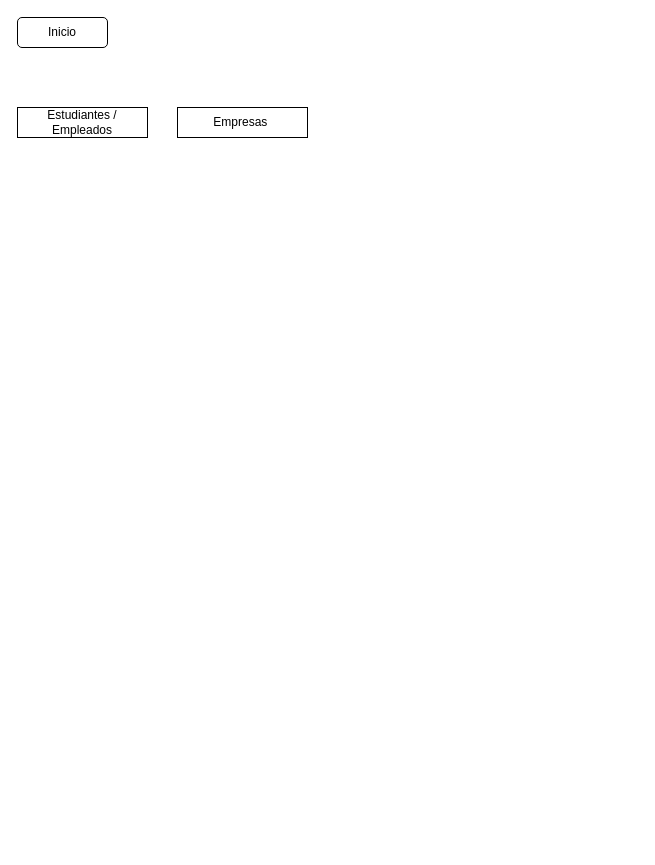
Earlier version of the draw.io diagram Diagrama de procesos.drawio (DavidTrujillo123/utn-movile-flow-char). Source tidied: cells renumbered, new cells numbered last; positions are measured from the earlier drawing's top-left corner, leaving out a move shared by most shapes. Both pictures are drawn from the tidied source at 100%, with x=0, y=0 at pixel (17, 17).
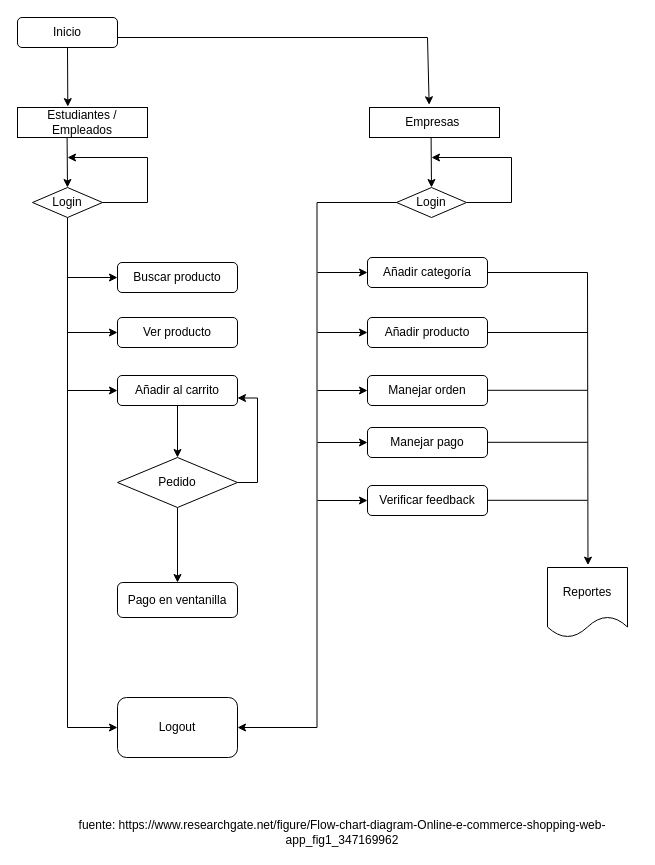
The same diagram, later.

The change refers to these unchanged cells:
```xml
<mxCell id="3" value="Estudiantes / Empleados" style="rounded=0;whiteSpace=wrap;html=1;" parent="1" vertex="1">
  <mxGeometry y="90" width="130" height="30" as="geometry" />
</mxCell>
```

Change to the diagram source:
```diff
@@
     <mxCell id="2" value="Inicio" style="rounded=1;whiteSpace=wrap;html=1;" parent="1" vertex="1">
-      <mxGeometry width="90" height="30" as="geometry" />
+      <mxGeometry width="100" height="30" as="geometry" />
     </mxCell>
@@
     <mxCell id="4" value="Empresas&amp;nbsp;" style="rounded=0;whiteSpace=wrap;html=1;" parent="1" vertex="1">
-      <mxGeometry x="160" y="90" width="130" height="30" as="geometry" />
+      <mxGeometry x="352" y="90" width="130" height="30" as="geometry" />
     </mxCell>
+    <mxCell id="5" style="endArrow=classic;html=1;rounded=0;exitX=0.5;exitY=1;exitDx=0;exitDy=0;entryX=0.387;entryY=-0.029;entryDx=0;entryDy=0;entryPerimeter=0;" parent="1" edge="1" source="2" target="3">
+      <mxGeometry relative="1" as="geometry" />
+    </mxCell>
+    <mxCell id="6" style="endArrow=classic;html=1;rounded=0;entryX=0.459;entryY=-0.09;entryDx=0;entryDy=0;entryPerimeter=0;" parent="1" edge="1" target="4">
+      <mxGeometry relative="1" as="geometry">
+        <mxPoint x="100" y="20" as="sourcePoint" />
+        <Array as="points">
+          <mxPoint x="410" y="20" />
+        </Array>
+      </mxGeometry>
+    </mxCell>
+    <mxCell id="7" style="edgeStyle=orthogonalEdgeStyle;rounded=0;jettySize=auto;html=1;exitX=0.5;exitY=1;exitDx=0;exitDy=0;entryX=0;entryY=0.5;entryDx=0;entryDy=0;" parent="1" edge="1" source="9" target="12">
+      <mxGeometry relative="1" as="geometry">
+        <Array as="points">
+          <mxPoint x="50" y="710" />
+        </Array>
+      </mxGeometry>
+    </mxCell>
+    <mxCell id="8" style="edgeStyle=orthogonalEdgeStyle;rounded=0;jettySize=auto;html=1;" parent="1" edge="1" source="9">
+      <mxGeometry relative="1" as="geometry">
+        <mxPoint x="50" y="140" as="targetPoint" />
+        <Array as="points">
+          <mxPoint x="130" y="185" />
+          <mxPoint x="130" y="140" />
+        </Array>
+      </mxGeometry>
+    </mxCell>
+    <mxCell id="9" value="Login" style="rhombus;whiteSpace=wrap;html=1;" parent="1" vertex="1">
+      <mxGeometry x="15" y="170" width="70" height="30" as="geometry" />
+    </mxCell>
+    <mxCell id="10" style="endArrow=classic;html=1;rounded=0;exitX=0.5;exitY=1;exitDx=0;exitDy=0;entryX=0.5;entryY=0;entryDx=0;entryDy=0;" parent="1" edge="1" target="9">
+      <mxGeometry relative="1" as="geometry">
+        <mxPoint x="49.6" y="120" as="sourcePoint" />
+      </mxGeometry>
+    </mxCell>
+    <mxCell id="11" value="Buscar producto" style="rounded=1;whiteSpace=wrap;html=1;" parent="1" vertex="1">
+      <mxGeometry x="100" y="245" width="120" height="30" as="geometry" />
+    </mxCell>
+    <mxCell id="12" value="Logout" style="rounded=1;whiteSpace=wrap;html=1;" parent="1" vertex="1">
+      <mxGeometry x="100" y="680" width="120" height="60" as="geometry" />
+    </mxCell>
+    <mxCell id="13" style="endArrow=classic;html=1;rounded=0;entryX=0;entryY=0.5;entryDx=0;entryDy=0;" parent="1" edge="1" target="11">
+      <mxGeometry relative="1" as="geometry">
+        <mxPoint x="50" y="260" as="sourcePoint" />
+      </mxGeometry>
+    </mxCell>
+    <mxCell id="14" value="Ver producto" style="rounded=1;whiteSpace=wrap;html=1;" parent="1" vertex="1">
+      <mxGeometry x="100" y="300" width="120" height="30" as="geometry" />
+    </mxCell>
+    <mxCell id="15" style="endArrow=classic;html=1;rounded=0;entryX=0;entryY=0.5;entryDx=0;entryDy=0;" parent="1" edge="1" target="14">
+      <mxGeometry relative="1" as="geometry">
+        <mxPoint x="50" y="315" as="sourcePoint" />
+      </mxGeometry>
+    </mxCell>
+    <mxCell id="16" style="edgeStyle=orthogonalEdgeStyle;rounded=0;jettySize=auto;html=1;entryX=0.5;entryY=0;entryDx=0;entryDy=0;" parent="1" edge="1" source="17" target="21">
+      <mxGeometry relative="1" as="geometry" />
+    </mxCell>
+    <mxCell id="17" value="Añadir al carrito" style="rounded=1;whiteSpace=wrap;html=1;" parent="1" vertex="1">
+      <mxGeometry x="100" y="358" width="120" height="30" as="geometry" />
+    </mxCell>
+    <mxCell id="18" style="endArrow=classic;html=1;rounded=0;entryX=0;entryY=0.5;entryDx=0;entryDy=0;" parent="1" edge="1" target="17">
+      <mxGeometry relative="1" as="geometry">
+        <mxPoint x="50" y="373" as="sourcePoint" />
+      </mxGeometry>
+    </mxCell>
+    <mxCell id="19" style="edgeStyle=orthogonalEdgeStyle;rounded=0;jettySize=auto;html=1;entryX=1;entryY=0.75;entryDx=0;entryDy=0;exitX=1;exitY=0.5;exitDx=0;exitDy=0;" parent="1" edge="1" source="21" target="17">
+      <mxGeometry relative="1" as="geometry" />
+    </mxCell>
+    <mxCell id="20" style="edgeStyle=orthogonalEdgeStyle;rounded=0;jettySize=auto;html=1;" parent="1" edge="1" source="21" target="22">
+      <mxGeometry relative="1" as="geometry" />
+    </mxCell>
+    <mxCell id="21" value="Pedido" style="rhombus;whiteSpace=wrap;html=1;" parent="1" vertex="1">
+      <mxGeometry x="100" y="440" width="120" height="50" as="geometry" />
+    </mxCell>
+    <mxCell id="22" value="Pago en ventanilla" style="rounded=1;whiteSpace=wrap;html=1;" parent="1" vertex="1">
+      <mxGeometry x="100" y="565" width="120" height="35" as="geometry" />
+    </mxCell>
+    <mxCell id="23" style="edgeStyle=orthogonalEdgeStyle;rounded=0;jettySize=auto;html=1;" parent="1" edge="1" source="25">
+      <mxGeometry relative="1" as="geometry">
+        <mxPoint x="414" y="140" as="targetPoint" />
+        <Array as="points">
+          <mxPoint x="494" y="185" />
+          <mxPoint x="494" y="140" />
+        </Array>
+      </mxGeometry>
+    </mxCell>
+    <mxCell id="24" style="edgeStyle=orthogonalEdgeStyle;rounded=0;jettySize=auto;html=1;entryX=1;entryY=0.5;entryDx=0;entryDy=0;" parent="1" edge="1" source="25" target="12">
+      <mxGeometry relative="1" as="geometry" />
+    </mxCell>
+    <mxCell id="25" value="Login" style="rhombus;whiteSpace=wrap;html=1;" parent="1" vertex="1">
+      <mxGeometry x="379" y="170" width="70" height="30" as="geometry" />
+    </mxCell>
+    <mxCell id="26" style="endArrow=classic;html=1;rounded=0;exitX=0.5;exitY=1;exitDx=0;exitDy=0;entryX=0.5;entryY=0;entryDx=0;entryDy=0;" parent="1" edge="1" target="25">
+      <mxGeometry relative="1" as="geometry">
+        <mxPoint x="413.6" y="120" as="sourcePoint" />
+      </mxGeometry>
+    </mxCell>
+    <mxCell id="27" value="Añadir categoría" style="rounded=1;whiteSpace=wrap;html=1;" parent="1" vertex="1">
+      <mxGeometry x="350" y="240" width="120" height="30" as="geometry" />
+    </mxCell>
+    <mxCell id="28" style="endArrow=classic;html=1;rounded=0;entryX=0;entryY=0.5;entryDx=0;entryDy=0;" parent="1" edge="1" target="27">
+      <mxGeometry relative="1" as="geometry">
+        <mxPoint x="300" y="255" as="sourcePoint" />
+      </mxGeometry>
+    </mxCell>
+    <mxCell id="29" value="Añadir producto" style="rounded=1;whiteSpace=wrap;html=1;" parent="1" vertex="1">
+      <mxGeometry x="350" y="300" width="120" height="30" as="geometry" />
+    </mxCell>
+    <mxCell id="30" style="endArrow=classic;html=1;rounded=0;entryX=0;entryY=0.5;entryDx=0;entryDy=0;" parent="1" edge="1" target="29">
+      <mxGeometry relative="1" as="geometry">
+        <mxPoint x="300" y="315" as="sourcePoint" />
+      </mxGeometry>
+    </mxCell>
+    <mxCell id="31" value="Manejar orden" style="rounded=1;whiteSpace=wrap;html=1;" parent="1" vertex="1">
+      <mxGeometry x="350" y="358" width="120" height="30" as="geometry" />
+    </mxCell>
+    <mxCell id="32" style="endArrow=classic;html=1;rounded=0;entryX=0;entryY=0.5;entryDx=0;entryDy=0;" parent="1" edge="1" target="31">
+      <mxGeometry relative="1" as="geometry">
+        <mxPoint x="300" y="373" as="sourcePoint" />
+      </mxGeometry>
+    </mxCell>
+    <mxCell id="33" value="Manejar pago" style="rounded=1;whiteSpace=wrap;html=1;" parent="1" vertex="1">
+      <mxGeometry x="350" y="410" width="120" height="30" as="geometry" />
+    </mxCell>
+    <mxCell id="34" style="endArrow=classic;html=1;rounded=0;entryX=0;entryY=0.5;entryDx=0;entryDy=0;" parent="1" edge="1" target="33">
+      <mxGeometry relative="1" as="geometry">
+        <mxPoint x="300" y="425" as="sourcePoint" />
+      </mxGeometry>
+    </mxCell>
+    <mxCell id="35" value="Verificar feedback" style="rounded=1;whiteSpace=wrap;html=1;" parent="1" vertex="1">
+      <mxGeometry x="350" y="468" width="120" height="30" as="geometry" />
+    </mxCell>
+    <mxCell id="36" style="endArrow=classic;html=1;rounded=0;entryX=0;entryY=0.5;entryDx=0;entryDy=0;" parent="1" edge="1" target="35">
+      <mxGeometry relative="1" as="geometry">
+        <mxPoint x="300" y="483" as="sourcePoint" />
+      </mxGeometry>
+    </mxCell>
+    <mxCell id="37" value="Reportes" style="shape=document;whiteSpace=wrap;html=1;boundedLbl=1;" parent="1" vertex="1">
+      <mxGeometry x="530" y="550" width="80" height="70" as="geometry" />
+    </mxCell>
+    <mxCell id="38" style="endArrow=classic;html=1;rounded=0;entryX=0.506;entryY=-0.034;entryDx=0;entryDy=0;entryPerimeter=0;exitX=1;exitY=0.5;exitDx=0;exitDy=0;" parent="1" edge="1" source="27" target="37">
+      <mxGeometry relative="1" as="geometry">
+        <Array as="points">
+          <mxPoint x="570" y="255" />
+        </Array>
+      </mxGeometry>
+    </mxCell>
+    <mxCell id="39" style="endArrow=none;html=1;rounded=0;exitX=1;exitY=0.5;exitDx=0;exitDy=0;" parent="1" edge="1" source="29">
+      <mxGeometry relative="1" as="geometry">
+        <mxPoint x="570" y="315" as="targetPoint" />
+      </mxGeometry>
+    </mxCell>
+    <mxCell id="40" style="endArrow=none;html=1;rounded=0;exitX=1;exitY=0.5;exitDx=0;exitDy=0;" parent="1" edge="1">
+      <mxGeometry relative="1" as="geometry">
+        <mxPoint x="470" y="372.8" as="sourcePoint" />
+        <mxPoint x="570" y="372.8" as="targetPoint" />
+      </mxGeometry>
+    </mxCell>
+    <mxCell id="41" style="endArrow=none;html=1;rounded=0;exitX=1;exitY=0.5;exitDx=0;exitDy=0;" parent="1" edge="1">
+      <mxGeometry relative="1" as="geometry">
+        <mxPoint x="470" y="424.8" as="sourcePoint" />
+        <mxPoint x="570" y="424.8" as="targetPoint" />
+      </mxGeometry>
+    </mxCell>
+    <mxCell id="42" style="endArrow=none;html=1;rounded=0;exitX=1;exitY=0.5;exitDx=0;exitDy=0;" parent="1" edge="1">
+      <mxGeometry relative="1" as="geometry">
+        <mxPoint x="470" y="482.8" as="sourcePoint" />
+        <mxPoint x="570" y="482.8" as="targetPoint" />
+      </mxGeometry>
+    </mxCell>
+    <mxCell id="43" value="fuente:&amp;nbsp;https://www.researchgate.net/figure/Flow-chart-diagram-Online-e-commerce-shopping-web-app_fig1_347169962" style="text;html=1;align=center;verticalAlign=middle;whiteSpace=wrap;rounded=0;" parent="1" vertex="1">
+      <mxGeometry x="30" y="800" width="590" height="30" as="geometry" />
+    </mxCell>
```
